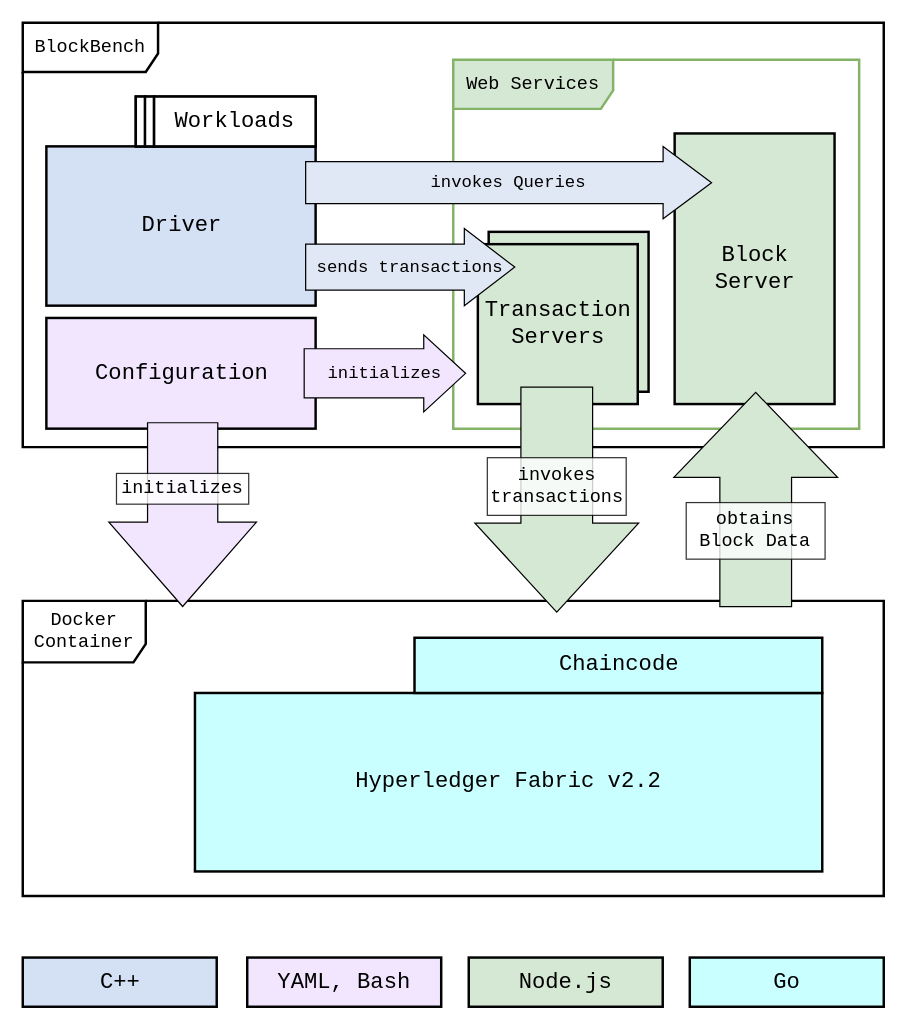
Before: diagrams/BlockbenchArchitectureDetailed.drawio in David-Sat/blockbench-setup, a draw.io diagram. Source tidied: cells renumbered, new cells numbered last; positions are measured from the earlier drawing's top-left corner, leaving out a move shared by most shapes. Both pictures are drawn from the tidied source at 123%, with x=0, y=0 at pixel (22, 22).
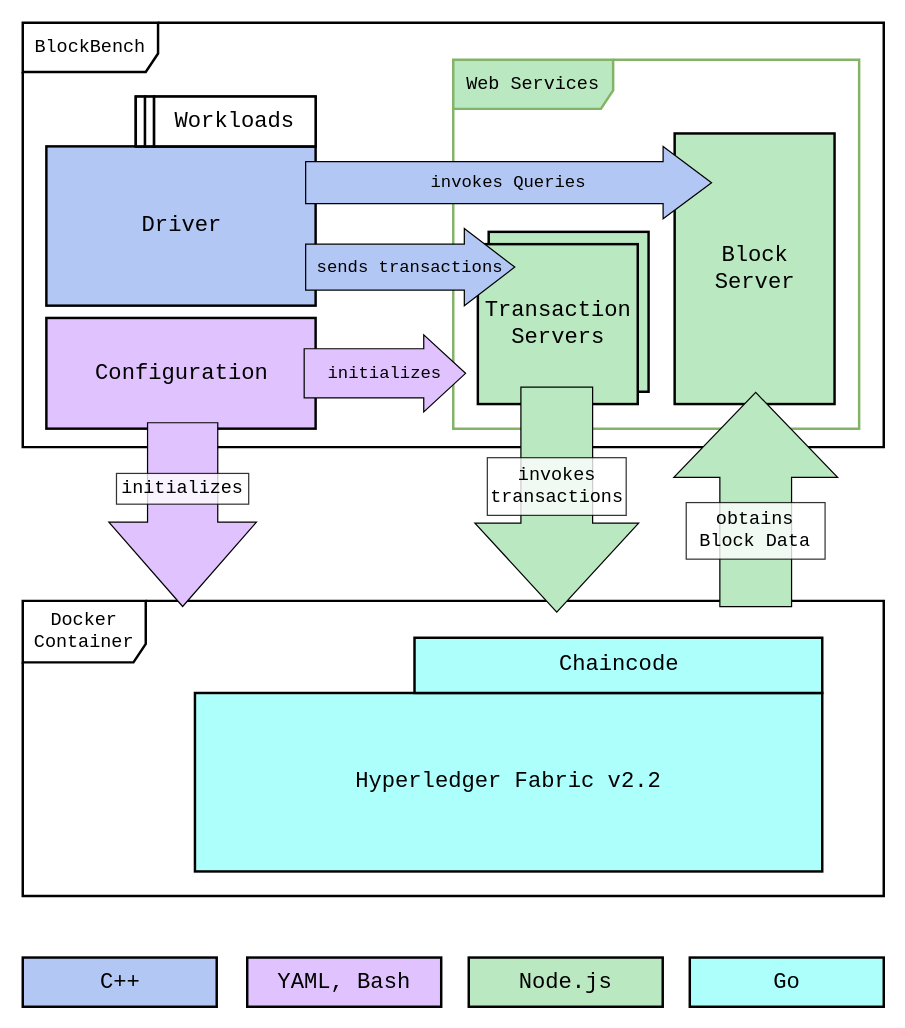
The same diagram, later.

Unchanged cells that the change refers to:
```xml
<mxCell id="8" style="group;" parent="1" vertex="1">
  <mxGeometry x="140" y="500" width="510" height="190" as="geometry" />
</mxCell>
<mxCell id="12" style="group;" parent="1" vertex="1">
  <mxGeometry x="370" y="279.6" width="155.6" height="195" as="geometry" />
</mxCell>
<mxCell id="16" style="group;rotation=-180;" parent="1" vertex="1">
  <mxGeometry x="508.8" y="296.1" width="151.2" height="195" as="geometry" />
</mxCell>
<mxCell id="19" style="group;strokeWidth=2;" parent="1" vertex="1">
  <mxGeometry x="19.2" y="70" width="270" height="166.4" as="geometry" />
</mxCell>
<mxCell id="26" style="group;" parent="1" vertex="1">
  <mxGeometry x="70" y="325.2" width="120" height="149.4" as="geometry" />
</mxCell>
```

Change to the diagram source:
```diff
@@
-    <mxCell id="3" value="Web Services" style="shape=umlFrame;whiteSpace=wrap;html=1;width=130;height=40;strokeWidth=2;fontFamily=Courier New;fontSize=15;fillColor=#d5e8d4;strokeColor=#82b366;" parent="1" vertex="1">
+    <mxCell id="3" value="Web Services" style="shape=umlFrame;whiteSpace=wrap;html=1;width=130;height=40;strokeWidth=2;fontFamily=Courier New;fontSize=15;strokeColor=#82b366;fillColor=#BAE8C0;" parent="1" vertex="1">
       <mxGeometry x="350" y="30" width="330" height="300" as="geometry" />
     </mxCell>
-    <mxCell id="4" style="html=1;strokeWidth=2;fontFamily=Courier New;fontSize=18;rounded=0;fillColor=#d5e8d4;" parent="1" vertex="1">
+    <mxCell id="4" style="html=1;strokeWidth=2;fontFamily=Courier New;fontSize=18;rounded=0;fillColor=#BAE8C0;" parent="1" vertex="1">
       <mxGeometry x="378.8" y="170" width="130" height="130" as="geometry" />
     </mxCell>
-    <mxCell id="5" value="&lt;div style=&quot;font-size: 18px&quot;&gt;Transaction&lt;/div&gt;&lt;div style=&quot;font-size: 18px&quot;&gt;Servers&lt;br style=&quot;font-size: 18px&quot;&gt;&lt;/div&gt;" style="html=1;strokeWidth=2;fontFamily=Courier New;fontSize=18;rounded=0;fillColor=#d5e8d4;" parent="1" vertex="1">
+    <mxCell id="5" value="&lt;div style=&quot;font-size: 18px&quot;&gt;Transaction&lt;/div&gt;&lt;div style=&quot;font-size: 18px&quot;&gt;Servers&lt;br style=&quot;font-size: 18px&quot;&gt;&lt;/div&gt;" style="html=1;strokeWidth=2;fontFamily=Courier New;fontSize=18;rounded=0;fillColor=#BAE8C0;" parent="1" vertex="1">
       <mxGeometry x="370" y="180" width="130" height="130" as="geometry" />
     </mxCell>
@@
-    <mxCell id="7" value="Configuration" style="html=1;strokeWidth=2;fontFamily=Courier New;fontSize=18;rounded=0;fillColor=#F2E6FF;" parent="1" vertex="1">
+    <mxCell id="7" value="Configuration" style="html=1;strokeWidth=2;fontFamily=Courier New;fontSize=18;rounded=0;fillColor=#E0C2FF;" parent="1" vertex="1">
       <mxGeometry x="19.2" y="240" width="218.9" height="90" as="geometry" />
     </mxCell>
@@
-    <mxCell id="9" value="Hyperledger Fabric v2.2" style="rounded=0;whiteSpace=wrap;html=1;strokeWidth=2;fontFamily=Courier New;fontSize=18;fillColor=#C9FFFF;" parent="8" vertex="1">
+    <mxCell id="9" value="Hyperledger Fabric v2.2" style="rounded=0;whiteSpace=wrap;html=1;strokeWidth=2;fontFamily=Courier New;fontSize=18;fillColor=#ADFFFC;" parent="8" vertex="1">
       <mxGeometry y="44.9" width="510" height="145.1" as="geometry" />
     </mxCell>
-    <mxCell id="10" value="Chaincode" style="rounded=0;whiteSpace=wrap;html=1;strokeWidth=2;fontFamily=Courier New;fontSize=18;fillColor=#C9FFFF;" parent="8" vertex="1">
+    <mxCell id="10" value="Chaincode" style="rounded=0;whiteSpace=wrap;html=1;strokeWidth=2;fontFamily=Courier New;fontSize=18;fillColor=#ADFFFC;" parent="8" vertex="1">
       <mxGeometry x="178.5" width="331.5" height="44.9" as="geometry" />
     </mxCell>
@@
-    <mxCell id="13" style="shape=singleArrow;whiteSpace=wrap;html=1;arrowWidth=0.4380680537820205;arrowSize=0.3961969836165981;rotation=90;strokeWidth=1;fontFamily=Courier New;fontSize=18;fillColor=#D5E8D4;" parent="12" vertex="1">
+    <mxCell id="13" style="shape=singleArrow;whiteSpace=wrap;html=1;arrowWidth=0.4380680537820205;arrowSize=0.3961969836165981;rotation=90;strokeWidth=1;fontFamily=Courier New;fontSize=18;fillColor=#BAE8C0;" parent="12" vertex="1">
       <mxGeometry x="-27.3" y="41.6" width="182.9" height="133.1" as="geometry" />
     </mxCell>
@@
-    <mxCell id="15" value="&lt;div style=&quot;font-size: 18px&quot;&gt;Block&lt;br&gt;&lt;/div&gt;&lt;div style=&quot;font-size: 18px&quot;&gt;Server&lt;br style=&quot;font-size: 18px&quot;&gt;&lt;/div&gt;" style="html=1;strokeWidth=2;fontFamily=Courier New;fontSize=18;rounded=0;fillColor=#D5E8D4;" parent="1" vertex="1">
+    <mxCell id="15" value="&lt;div style=&quot;font-size: 18px&quot;&gt;Block&lt;br&gt;&lt;/div&gt;&lt;div style=&quot;font-size: 18px&quot;&gt;Server&lt;br style=&quot;font-size: 18px&quot;&gt;&lt;/div&gt;" style="html=1;strokeWidth=2;fontFamily=Courier New;fontSize=18;rounded=0;fillColor=#BAE8C0;" parent="1" vertex="1">
       <mxGeometry x="530" y="90" width="130" height="220" as="geometry" />
     </mxCell>
@@
-    <mxCell id="17" style="shape=singleArrow;whiteSpace=wrap;html=1;arrowWidth=0.4380680537820205;arrowSize=0.3961969836165981;rotation=-90;strokeWidth=1;fontFamily=Courier New;fontSize=18;fillColor=#D5E8D4;" parent="16" vertex="1">
+    <mxCell id="17" style="shape=singleArrow;whiteSpace=wrap;html=1;arrowWidth=0.4380680537820205;arrowSize=0.3961969836165981;rotation=-90;strokeWidth=1;fontFamily=Courier New;fontSize=18;fillColor=#BAE8C0;" parent="16" vertex="1">
       <mxGeometry y="25" width="174.2" height="133.1" as="geometry" />
     </mxCell>
@@
-    <mxCell id="20" value="Driver" style="html=1;strokeWidth=2;fontFamily=Courier New;fontSize=18;fillColor=#D4E1F5;" parent="19" vertex="1">
+    <mxCell id="20" value="Driver" style="html=1;strokeWidth=2;fontFamily=Courier New;fontSize=18;fillColor=#B3C7F5;" parent="19" vertex="1">
       <mxGeometry y="30.5" width="218.9" height="129.5" as="geometry" />
     </mxCell>
@@
-    <mxCell id="25" value="&lt;div&gt;invokes Queries&lt;br&gt;&lt;/div&gt;" style="shape=singleArrow;whiteSpace=wrap;html=1;arrowWidth=0.5788936170212764;arrowSize=0.11935483870967742;strokeWidth=1;fontFamily=Courier New;fontSize=14;align=center;fillColor=#E1E8F5;" parent="1" vertex="1">
+    <mxCell id="25" value="&lt;div&gt;invokes Queries&lt;br&gt;&lt;/div&gt;" style="shape=singleArrow;whiteSpace=wrap;html=1;arrowWidth=0.5788936170212764;arrowSize=0.11935483870967742;strokeWidth=1;fontFamily=Courier New;fontSize=14;align=center;fillColor=#B3C7F5;" parent="1" vertex="1">
       <mxGeometry x="230" y="100.6" width="330" height="58.8" as="geometry" />
     </mxCell>
@@
-    <mxCell id="27" style="shape=singleArrow;whiteSpace=wrap;html=1;arrowWidth=0.47558333333333375;arrowSize=0.459228760795341;rotation=90;strokeWidth=1;fontFamily=Courier New;fontSize=18;fillColor=#F2E6FF;" parent="26" vertex="1">
+    <mxCell id="27" style="shape=singleArrow;whiteSpace=wrap;html=1;arrowWidth=0.47558333333333375;arrowSize=0.459228760795341;rotation=90;strokeWidth=1;fontFamily=Courier New;fontSize=18;fillColor=#E0C2FF;" parent="26" vertex="1">
       <mxGeometry x="-14.7" y="14.7" width="149.4" height="120" as="geometry" />
     </mxCell>
@@
-    <mxCell id="29" value="initializes" style="shape=singleArrow;whiteSpace=wrap;html=1;arrowWidth=0.6384234881123361;arrowSize=0.25906735751295334;strokeWidth=1;fontFamily=Courier New;fontSize=14;align=center;fillColor=#F2E6FF;" parent="1" vertex="1">
+    <mxCell id="29" value="initializes" style="shape=singleArrow;whiteSpace=wrap;html=1;arrowWidth=0.6384234881123361;arrowSize=0.25906735751295334;strokeWidth=1;fontFamily=Courier New;fontSize=14;align=center;fillColor=#E0C2FF;" parent="1" vertex="1">
       <mxGeometry x="228.8" y="253.7" width="131.2" height="62.7" as="geometry" />
     </mxCell>
-    <mxCell id="30" value="&lt;div style=&quot;font-size: 14px&quot;&gt;sends transactions&lt;br style=&quot;font-size: 14px&quot;&gt;&lt;/div&gt;" style="shape=singleArrow;whiteSpace=wrap;html=1;arrowWidth=0.5956598053295052;arrowSize=0.2411764705882353;strokeWidth=1;fontFamily=Courier New;fontSize=14;align=center;fillColor=#E1E8F5;" parent="1" vertex="1">
+    <mxCell id="30" value="&lt;div style=&quot;font-size: 14px&quot;&gt;sends transactions&lt;br style=&quot;font-size: 14px&quot;&gt;&lt;/div&gt;" style="shape=singleArrow;whiteSpace=wrap;html=1;arrowWidth=0.5956598053295052;arrowSize=0.2411764705882353;strokeWidth=1;fontFamily=Courier New;fontSize=14;align=center;fillColor=#B3C7F5;" parent="1" vertex="1">
       <mxGeometry x="230" y="167.3" width="170" height="62.7" as="geometry" />
     </mxCell>
-    <mxCell id="31" style="group;" parent="1" vertex="1">
-      <mxGeometry y="760" width="700" height="40" as="geometry" />
-    </mxCell>
-    <mxCell id="32" value="C++" style="html=1;strokeWidth=2;fontFamily=Courier New;fontSize=18;rounded=0;fillColor=#D4E1F5;" parent="31" vertex="1">
-      <mxGeometry width="157.7" height="40" as="geometry" />
+    <mxCell id="32" value="C++" style="html=1;strokeWidth=2;fontFamily=Courier New;fontSize=18;rounded=0;fillColor=#B3C7F5;" parent="1" vertex="1">
+      <mxGeometry y="760" width="157.7" height="40" as="geometry" />
     </mxCell>
-    <mxCell id="33" value="YAML, Bash" style="html=1;strokeWidth=2;fontFamily=Courier New;fontSize=18;rounded=0;fillColor=#F2E6FF;" parent="31" vertex="1">
-      <mxGeometry x="182.5" width="157.7" height="40" as="geometry" />
+    <mxCell id="33" value="YAML, Bash" style="html=1;strokeWidth=2;fontFamily=Courier New;fontSize=18;rounded=0;fillColor=#E0C2FF;" parent="1" vertex="1">
+      <mxGeometry x="182.5" y="760" width="157.7" height="40" as="geometry" />
     </mxCell>
-    <mxCell id="34" value="Node.js" style="html=1;strokeWidth=2;fontFamily=Courier New;fontSize=18;rounded=0;fillColor=#D5E8D4;" parent="31" vertex="1">
-      <mxGeometry x="362.6" width="157.7" height="40" as="geometry" />
+    <mxCell id="34" value="Node.js" style="html=1;strokeWidth=2;fontFamily=Courier New;fontSize=18;rounded=0;fillColor=#BAE8C0;" parent="1" vertex="1">
+      <mxGeometry x="362.6" y="760" width="157.7" height="40" as="geometry" />
     </mxCell>
-    <mxCell id="35" value="Go" style="html=1;strokeWidth=2;fontFamily=Courier New;fontSize=18;rounded=0;fillColor=#C9FFFF;" parent="31" vertex="1">
-      <mxGeometry x="542.3" width="157.7" height="40" as="geometry" />
+    <mxCell id="35" value="Go" style="html=1;strokeWidth=2;fontFamily=Courier New;fontSize=18;rounded=0;fillColor=#ADFFFC;" parent="1" vertex="1">
+      <mxGeometry x="542.3" y="760" width="157.7" height="40" as="geometry" />
     </mxCell>
```
